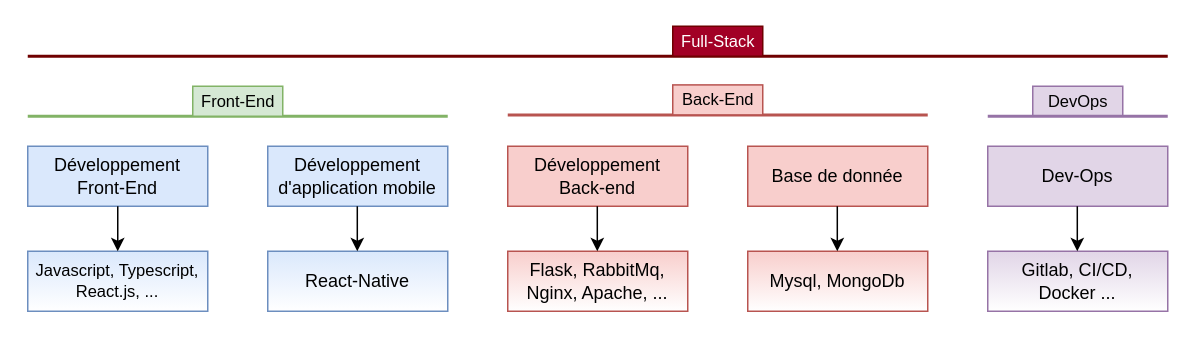
Earlier version of the draw.io diagram fullStack.drawio (GautierArcin/diagrams). Source tidied: cells renumbered, new cells numbered last; positions are measured from the earlier drawing's top-left corner, leaving out a move shared by most shapes. Both pictures are drawn from the tidied source at 150%, with x=0, y=0 at pixel (27, 26).
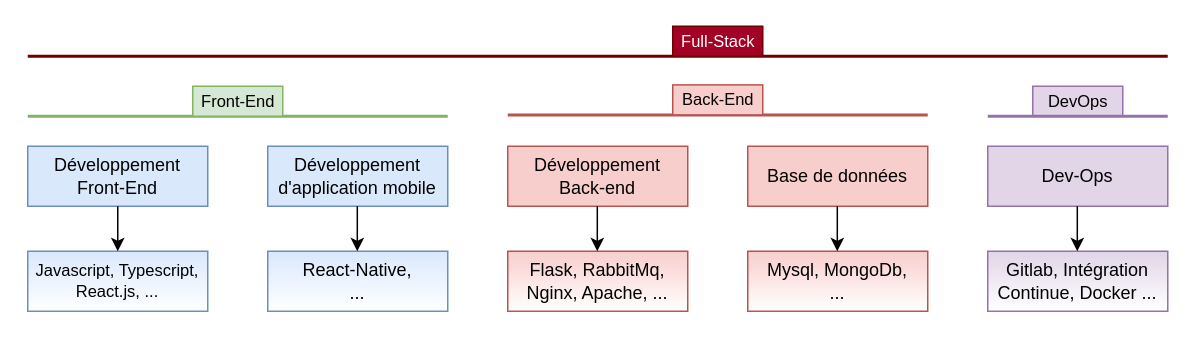
After the change.

Change to the diagram source:
```diff
@@
-    <mxCell id="5" value="Base de donnée" style="rounded=0;whiteSpace=wrap;html=1;fillColor=#f8cecc;strokeColor=#b85450;" parent="1" vertex="1">
+    <mxCell id="5" value="Base de données" style="rounded=0;whiteSpace=wrap;html=1;fillColor=#f8cecc;strokeColor=#b85450;" parent="1" vertex="1">
       <mxGeometry x="480" y="80" width="120" height="40" as="geometry" />
     </mxCell>
@@
-    <mxCell id="8" value="React-Native" style="rounded=0;whiteSpace=wrap;html=1;fillColor=#dae8fc;strokeColor=#6c8ebf;gradientColor=#ffffff;" parent="1" vertex="1">
+    <mxCell id="8" value="&lt;div&gt;React-Native,&lt;/div&gt;&lt;div&gt;...&lt;br&gt;&lt;/div&gt;" style="rounded=0;whiteSpace=wrap;html=1;fillColor=#dae8fc;strokeColor=#6c8ebf;gradientColor=#ffffff;" parent="1" vertex="1">
       <mxGeometry x="160" y="150" width="120" height="40" as="geometry" />
     </mxCell>
@@
-    <mxCell id="10" value="Mysql, MongoDb" style="rounded=0;whiteSpace=wrap;html=1;fillColor=#f8cecc;strokeColor=#b85450;gradientColor=#ffffff;" parent="1" vertex="1">
+    <mxCell id="10" value="&lt;div&gt;Mysql, MongoDb,&lt;/div&gt;&lt;div&gt;...&lt;br&gt;&lt;/div&gt;" style="rounded=0;whiteSpace=wrap;html=1;fillColor=#f8cecc;strokeColor=#b85450;gradientColor=#ffffff;" parent="1" vertex="1">
       <mxGeometry x="480" y="150" width="120" height="40" as="geometry" />
     </mxCell>
-    <mxCell id="11" value="&lt;div&gt;Gitlab, CI/CD, &lt;br&gt;&lt;/div&gt;&lt;div&gt;Docker ...&lt;br&gt;&lt;/div&gt;" style="rounded=0;whiteSpace=wrap;html=1;fillColor=#e1d5e7;strokeColor=#9673a6;gradientColor=#ffffff;" parent="1" vertex="1">
+    <mxCell id="11" value="&lt;div&gt;Gitlab, Intégration Continue, Docker ...&lt;br&gt;&lt;/div&gt;" style="rounded=0;whiteSpace=wrap;html=1;fillColor=#e1d5e7;strokeColor=#9673a6;gradientColor=#ffffff;" parent="1" vertex="1">
       <mxGeometry x="640" y="150" width="120" height="40" as="geometry" />
     </mxCell>
```
